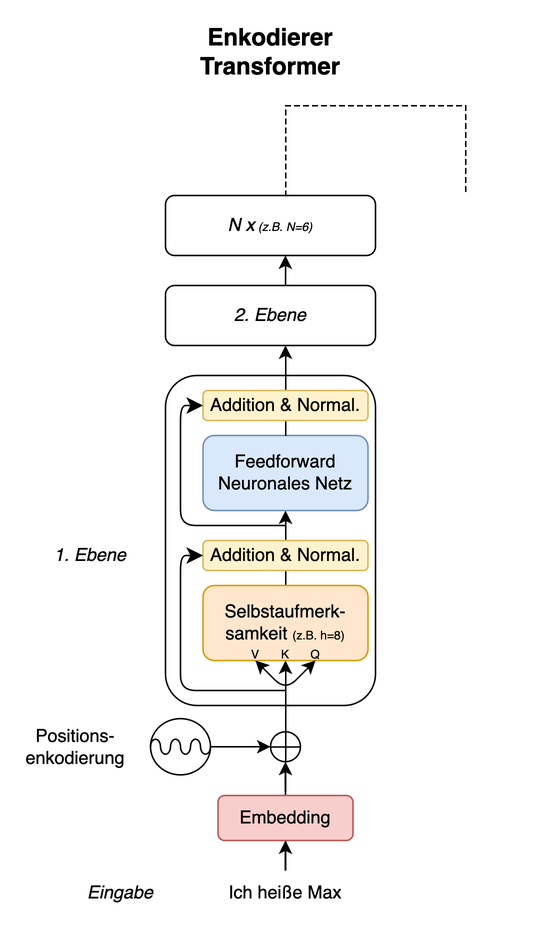
This is assets/img/transformer_enkodierer.png from omseeth/omseeth.github.io, a draw.io export, as it was before one commit. Source tidied: cells renumbered, new cells last; positions are measured from the earlier drawing's top-left corner, leaving out a move shared by most shapes. The source it was exported from:
```xml
<mxGraphModel>
  <root>
    <mxCell id="0" />
    <mxCell id="1" parent="0" />
    <mxCell id="2" style="rounded=0;whiteSpace=wrap;html=1;strokeColor=none;" parent="1" vertex="1">
      <mxGeometry x="10" width="360" height="630" as="geometry" />
    </mxCell>
    <mxCell id="3" style="edgeStyle=orthogonalEdgeStyle;rounded=0;jettySize=auto;html=1;entryX=0.5;entryY=1;entryDx=0;entryDy=0;" parent="1" edge="1" source="4" target="6">
      <mxGeometry relative="1" as="geometry" />
    </mxCell>
    <mxCell id="4" value="Ich heiße Max" style="text;html=1;align=center;verticalAlign=middle;whiteSpace=wrap;rounded=0;" parent="1" vertex="1">
      <mxGeometry x="140" y="580" width="100" height="30" as="geometry" />
    </mxCell>
    <mxCell id="5" style="edgeStyle=orthogonalEdgeStyle;rounded=0;jettySize=auto;html=1;" parent="1" edge="1" source="6" target="8">
      <mxGeometry relative="1" as="geometry" />
    </mxCell>
    <mxCell id="6" value="Embedding" style="rounded=1;whiteSpace=wrap;html=1;fillColor=#f8cecc;strokeColor=#b85450;" parent="1" vertex="1">
      <mxGeometry x="145" y="530" width="90" height="30" as="geometry" />
    </mxCell>
    <mxCell id="7" style="edgeStyle=orthogonalEdgeStyle;rounded=0;jettySize=auto;html=1;" parent="1" edge="1" source="8" target="17">
      <mxGeometry relative="1" as="geometry" />
    </mxCell>
    <mxCell id="8" style="shape=orEllipse;perimeter=ellipsePerimeter;whiteSpace=wrap;html=1;backgroundOutline=1;" parent="1" vertex="1">
      <mxGeometry x="180" y="487.5" width="20" height="20" as="geometry" />
    </mxCell>
    <mxCell id="9" style="edgeStyle=orthogonalEdgeStyle;rounded=0;jettySize=auto;html=1;entryX=0;entryY=0.5;entryDx=0;entryDy=0;" parent="1" edge="1" source="10" target="8">
      <mxGeometry relative="1" as="geometry" />
    </mxCell>
    <mxCell id="10" style="strokeWidth=1;html=1;shape=mxgraph.flowchart.start_2;whiteSpace=wrap;" parent="1" vertex="1">
      <mxGeometry x="100" y="478.8" width="40" height="37.5" as="geometry" />
    </mxCell>
    <mxCell id="11" style="verticalLabelPosition=bottom;align=center;dashed=0;html=1;verticalAlign=top;shape=mxgraph.pid.fittings.hose;" parent="1" vertex="1">
      <mxGeometry x="100" y="492.5" width="40" height="10" as="geometry" />
    </mxCell>
    <mxCell id="12" value="&lt;div&gt;Positions-&lt;/div&gt;&lt;div&gt;enkodierung&lt;/div&gt;" style="text;html=1;align=center;verticalAlign=middle;whiteSpace=wrap;rounded=0;" parent="1" vertex="1">
      <mxGeometry y="482.5" width="100" height="30" as="geometry" />
    </mxCell>
    <mxCell id="13" value="&lt;i&gt;Eingabe&lt;/i&gt;" style="text;html=1;align=center;verticalAlign=middle;whiteSpace=wrap;rounded=0;" parent="1" vertex="1">
      <mxGeometry x="30" y="580" width="100" height="30" as="geometry" />
    </mxCell>
    <mxCell id="14" style="rounded=1;whiteSpace=wrap;html=1;" parent="1" vertex="1">
      <mxGeometry x="110" y="250" width="140" height="220" as="geometry" />
    </mxCell>
    <mxCell id="15" style="edgeStyle=orthogonalEdgeStyle;rounded=0;jettySize=auto;html=1;entryX=0.5;entryY=1;entryDx=0;entryDy=0;" parent="1" edge="1" source="16" target="18">
      <mxGeometry relative="1" as="geometry" />
    </mxCell>
    <mxCell id="16" value="Selbstaufmerk-samkeit &lt;font style=&quot;font-size: 8px;&quot;&gt;(z.B. h=8)&lt;/font&gt;" style="rounded=1;whiteSpace=wrap;html=1;fillColor=#ffe6cc;strokeColor=#d79b00;" parent="1" vertex="1">
      <mxGeometry x="135" y="390" width="110" height="50" as="geometry" />
    </mxCell>
    <mxCell id="17" value="Addition &amp;amp; Normal." style="rounded=1;whiteSpace=wrap;html=1;fillColor=#fff2cc;strokeColor=#d6b656;" parent="1" vertex="1">
      <mxGeometry x="135" y="360" width="110" height="20" as="geometry" />
    </mxCell>
    <mxCell id="18" value="&lt;div&gt;Feedforward&lt;/div&gt;&lt;div&gt;Neuronales Netz&lt;br&gt;&lt;/div&gt;" style="rounded=1;whiteSpace=wrap;html=1;fillColor=#dae8fc;strokeColor=#6c8ebf;" parent="1" vertex="1">
      <mxGeometry x="135" y="290" width="110" height="50" as="geometry" />
    </mxCell>
    <mxCell id="19" style="endArrow=classic;html=1;rounded=0;" parent="1" edge="1">
      <mxGeometry relative="1" as="geometry">
        <mxPoint x="190" y="290" as="sourcePoint" />
        <mxPoint x="190" y="230" as="targetPoint" />
      </mxGeometry>
    </mxCell>
    <mxCell id="20" value="Addition &amp;amp; Normal." style="rounded=1;whiteSpace=wrap;html=1;fillColor=#fff2cc;strokeColor=#d6b656;" parent="1" vertex="1">
      <mxGeometry x="135" y="260" width="110" height="20" as="geometry" />
    </mxCell>
    <mxCell id="21" style="endArrow=classic;html=1;rounded=0;" parent="1" edge="1" target="16">
      <mxGeometry relative="1" as="geometry">
        <mxPoint x="190" y="471" as="sourcePoint" />
      </mxGeometry>
    </mxCell>
    <mxCell id="22" style="endArrow=classic;startArrow=classic;html=1;rounded=1;curved=0;" parent="1" edge="1">
      <mxGeometry relative="1" as="geometry">
        <mxPoint x="170" y="440" as="sourcePoint" />
        <mxPoint x="210" y="440" as="targetPoint" />
        <Array as="points">
          <mxPoint x="190" y="460" />
        </Array>
      </mxGeometry>
    </mxCell>
    <mxCell id="23" style="edgeStyle=elbowEdgeStyle;elbow=horizontal;endArrow=classic;html=1;curved=0;rounded=1;endSize=8;startSize=8;entryX=0;entryY=0.5;entryDx=0;entryDy=0;" parent="1" edge="1" target="17">
      <mxGeometry relative="1" as="geometry">
        <mxPoint x="190" y="460" as="sourcePoint" />
        <Array as="points">
          <mxPoint x="120" y="420" />
        </Array>
      </mxGeometry>
    </mxCell>
    <mxCell id="24" style="edgeStyle=elbowEdgeStyle;elbow=horizontal;endArrow=classic;html=1;curved=0;rounded=1;endSize=8;startSize=8;entryX=0;entryY=0.5;entryDx=0;entryDy=0;" parent="1" edge="1" target="20">
      <mxGeometry relative="1" as="geometry">
        <mxPoint x="190" y="350" as="sourcePoint" />
        <Array as="points">
          <mxPoint x="120" y="310" />
        </Array>
      </mxGeometry>
    </mxCell>
    <mxCell id="25" value="&lt;i&gt;1. Ebene&lt;br&gt;&lt;/i&gt;" style="text;html=1;align=center;verticalAlign=middle;whiteSpace=wrap;rounded=0;" parent="1" vertex="1">
      <mxGeometry x="30" y="355" width="60" height="30" as="geometry" />
    </mxCell>
    <mxCell id="26" value="&lt;i&gt;2. Ebene&lt;br&gt;&lt;/i&gt;" style="rounded=1;whiteSpace=wrap;html=1;" parent="1" vertex="1">
      <mxGeometry x="110" y="190" width="140" height="40" as="geometry" />
    </mxCell>
    <mxCell id="27" value="&lt;font size=&quot;1&quot;&gt;&lt;i style=&quot;font-size: 12px;&quot;&gt;N x&lt;/i&gt;&lt;/font&gt;&lt;i style=&quot;font-size: 8px;&quot;&gt; (z.B. N=6)&lt;br&gt;&lt;/i&gt;" style="rounded=1;whiteSpace=wrap;html=1;" parent="1" vertex="1">
      <mxGeometry x="110" y="130" width="140" height="40" as="geometry" />
    </mxCell>
    <mxCell id="28" style="endArrow=classic;html=1;rounded=0;entryX=0.571;entryY=1;entryDx=0;entryDy=0;entryPerimeter=0;" parent="1" edge="1" target="27">
      <mxGeometry relative="1" as="geometry">
        <mxPoint x="189.9" y="190" as="sourcePoint" />
      </mxGeometry>
    </mxCell>
    <mxCell id="29" style="shape=partialRectangle;whiteSpace=wrap;html=1;bottom=1;right=1;left=1;top=0;fillColor=none;routingCenterX=-0.5;rotation=-180;dashed=1;" parent="1" vertex="1">
      <mxGeometry x="190" y="70" width="120" height="60" as="geometry" />
    </mxCell>
    <mxCell id="30" value="&lt;div&gt;&lt;font style=&quot;font-size: 16px;&quot;&gt;&lt;b&gt;Enkodierer&lt;/b&gt;&lt;/font&gt;&lt;/div&gt;&lt;div&gt;&lt;font style=&quot;font-size: 16px;&quot;&gt;&lt;b&gt;Transformer&lt;br&gt;&lt;/b&gt;&lt;/font&gt;&lt;/div&gt;" style="text;html=1;align=center;verticalAlign=middle;whiteSpace=wrap;rounded=0;" parent="1" vertex="1">
      <mxGeometry x="150" y="10" width="60" height="50" as="geometry" />
    </mxCell>
    <mxCell id="31" value="&lt;font style=&quot;font-size: 8px;&quot;&gt;V&lt;/font&gt;" style="text;html=1;align=center;verticalAlign=middle;whiteSpace=wrap;rounded=0;" parent="1" vertex="1">
      <mxGeometry x="170" y="430" height="10" as="geometry" />
    </mxCell>
    <mxCell id="32" value="&lt;font style=&quot;font-size: 8px;&quot;&gt;K&lt;/font&gt;" style="text;html=1;align=center;verticalAlign=middle;whiteSpace=wrap;rounded=0;" parent="1" vertex="1">
      <mxGeometry x="185" y="430" width="10" height="10" as="geometry" />
    </mxCell>
    <mxCell id="33" value="&lt;font style=&quot;font-size: 8px;&quot;&gt;Q&lt;/font&gt;" style="text;html=1;align=center;verticalAlign=middle;whiteSpace=wrap;rounded=0;" parent="1" vertex="1">
      <mxGeometry x="210" y="430" height="10" as="geometry" />
    </mxCell>
  </root>
</mxGraphModel>
```
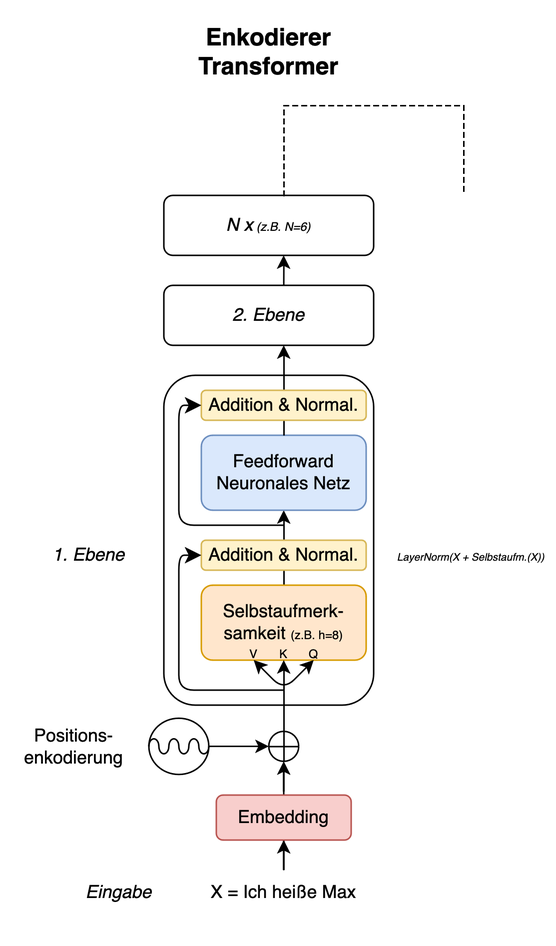
Later version of the same file.

The edit, as a diff of the source:
```diff
@@ -8,7 +8,7 @@
     <mxCell id="3" style="edgeStyle=orthogonalEdgeStyle;rounded=0;jettySize=auto;html=1;entryX=0.5;entryY=1;entryDx=0;entryDy=0;" parent="1" edge="1" source="4" target="6">
       <mxGeometry relative="1" as="geometry" />
     </mxCell>
-    <mxCell id="4" value="Ich heiße Max" style="text;html=1;align=center;verticalAlign=middle;whiteSpace=wrap;rounded=0;" parent="1" vertex="1">
+    <mxCell id="4" value="X = Ich heiße Max" style="text;html=1;align=center;verticalAlign=middle;whiteSpace=wrap;rounded=0;" parent="1" vertex="1">
       <mxGeometry x="140" y="580" width="100" height="30" as="geometry" />
     </mxCell>
     <mxCell id="5" style="edgeStyle=orthogonalEdgeStyle;rounded=0;jettySize=auto;html=1;" parent="1" edge="1" source="6" target="8">
@@ -121,5 +121,8 @@
     <mxCell id="33" value="&lt;font style=&quot;font-size: 8px;&quot;&gt;Q&lt;/font&gt;" style="text;html=1;align=center;verticalAlign=middle;whiteSpace=wrap;rounded=0;" parent="1" vertex="1">
       <mxGeometry x="210" y="430" height="10" as="geometry" />
     </mxCell>
+    <mxCell id="34" value="&lt;i&gt;&lt;font style=&quot;font-size: 7px;&quot;&gt;LayerNorm(X + Selbstaufm.(X))&lt;/font&gt;&lt;/i&gt;" style="text;html=1;align=center;verticalAlign=middle;whiteSpace=wrap;rounded=0;" parent="1" vertex="1">
+      <mxGeometry x="260" y="355" width="110" height="30" as="geometry" />
+    </mxCell>
   </root>
 </mxGraphModel>
```
